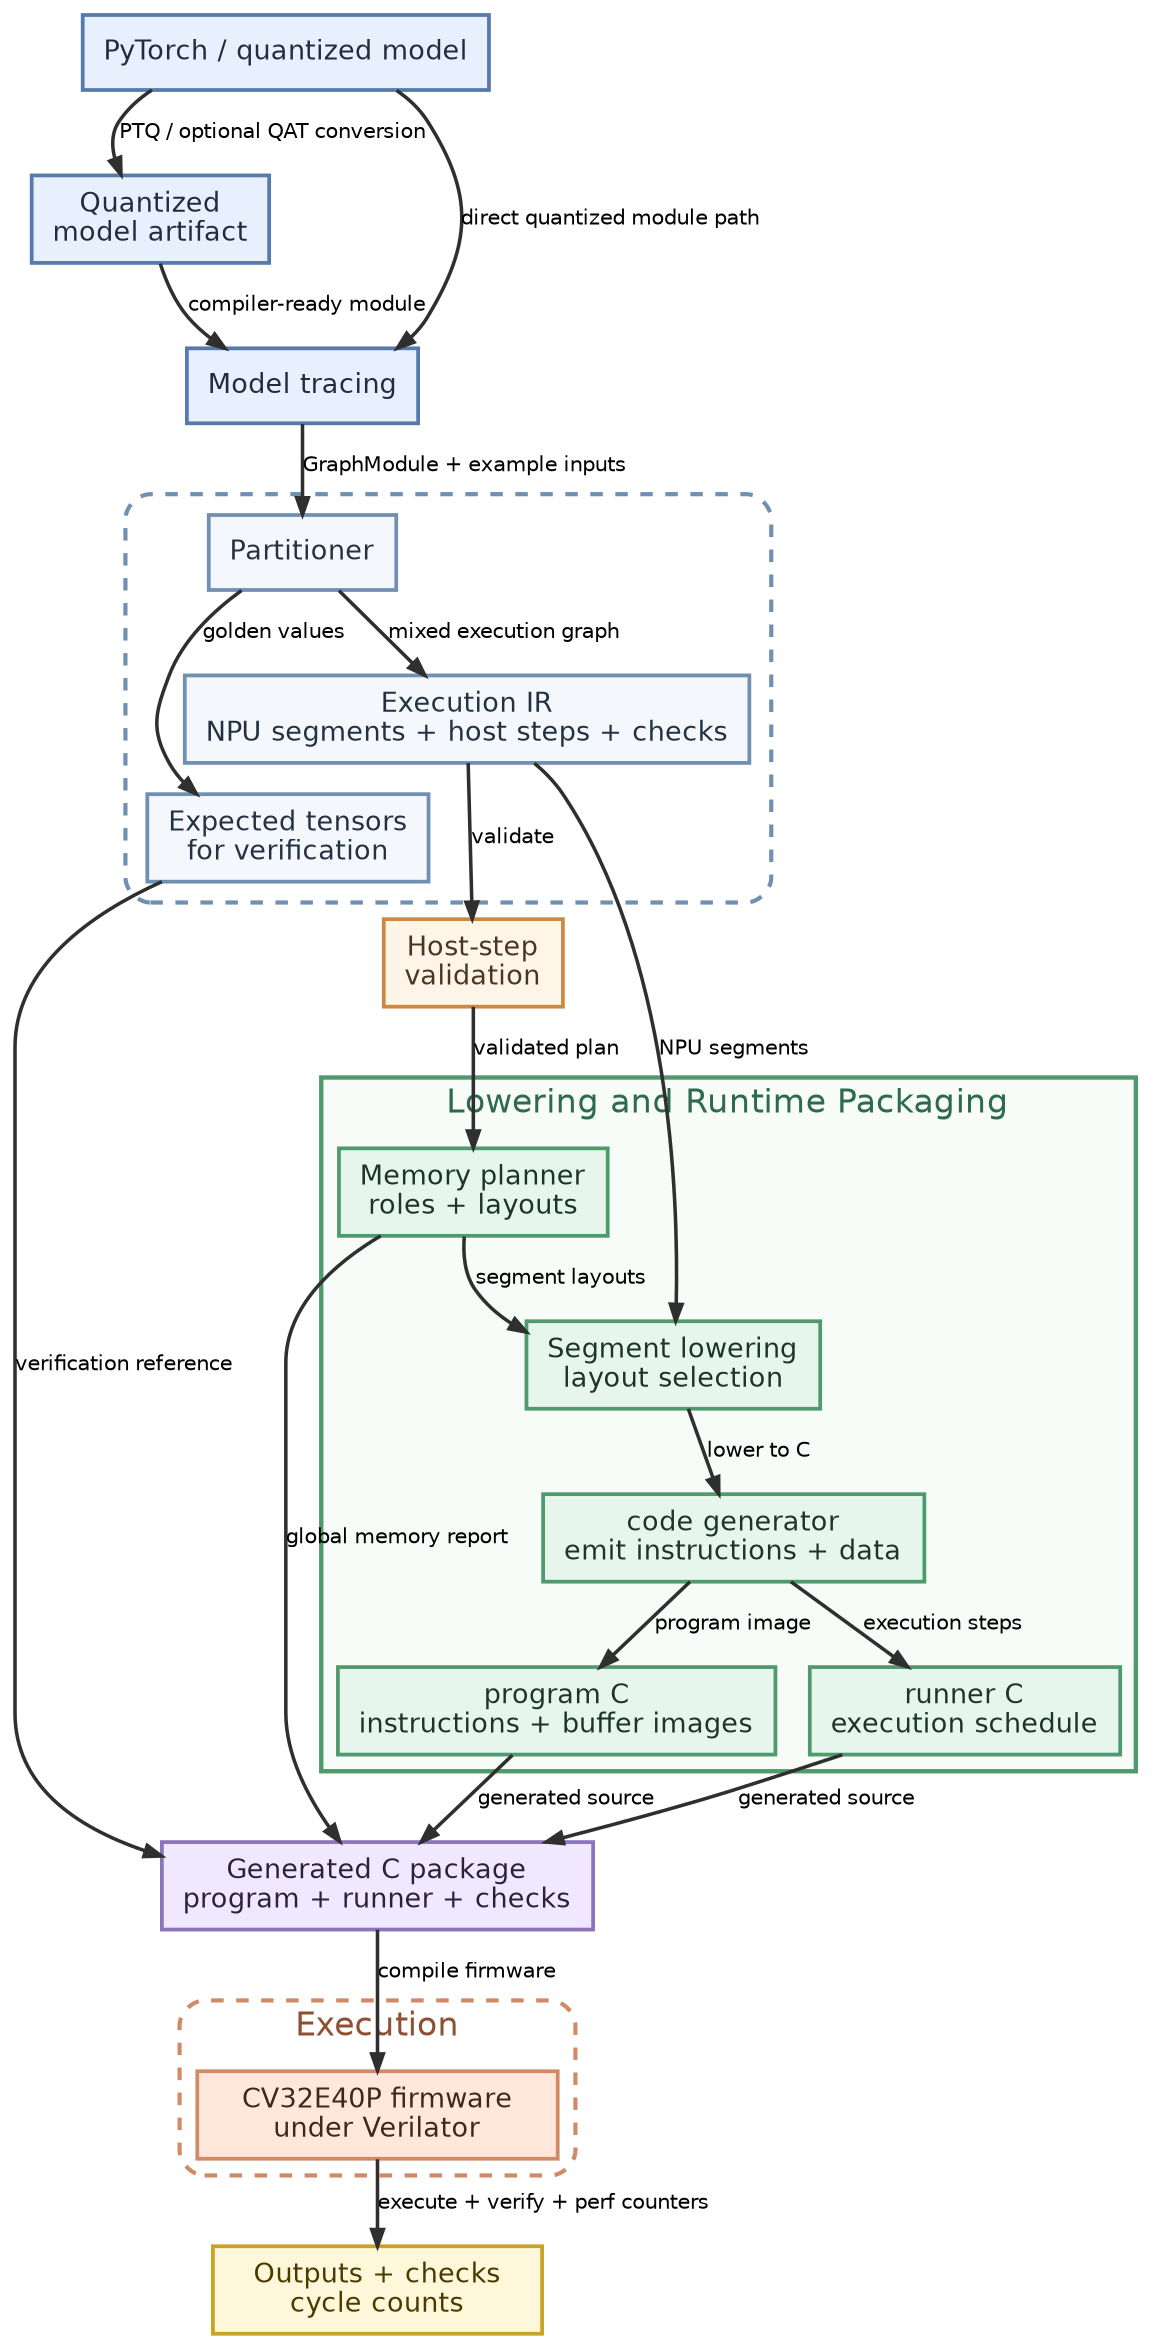
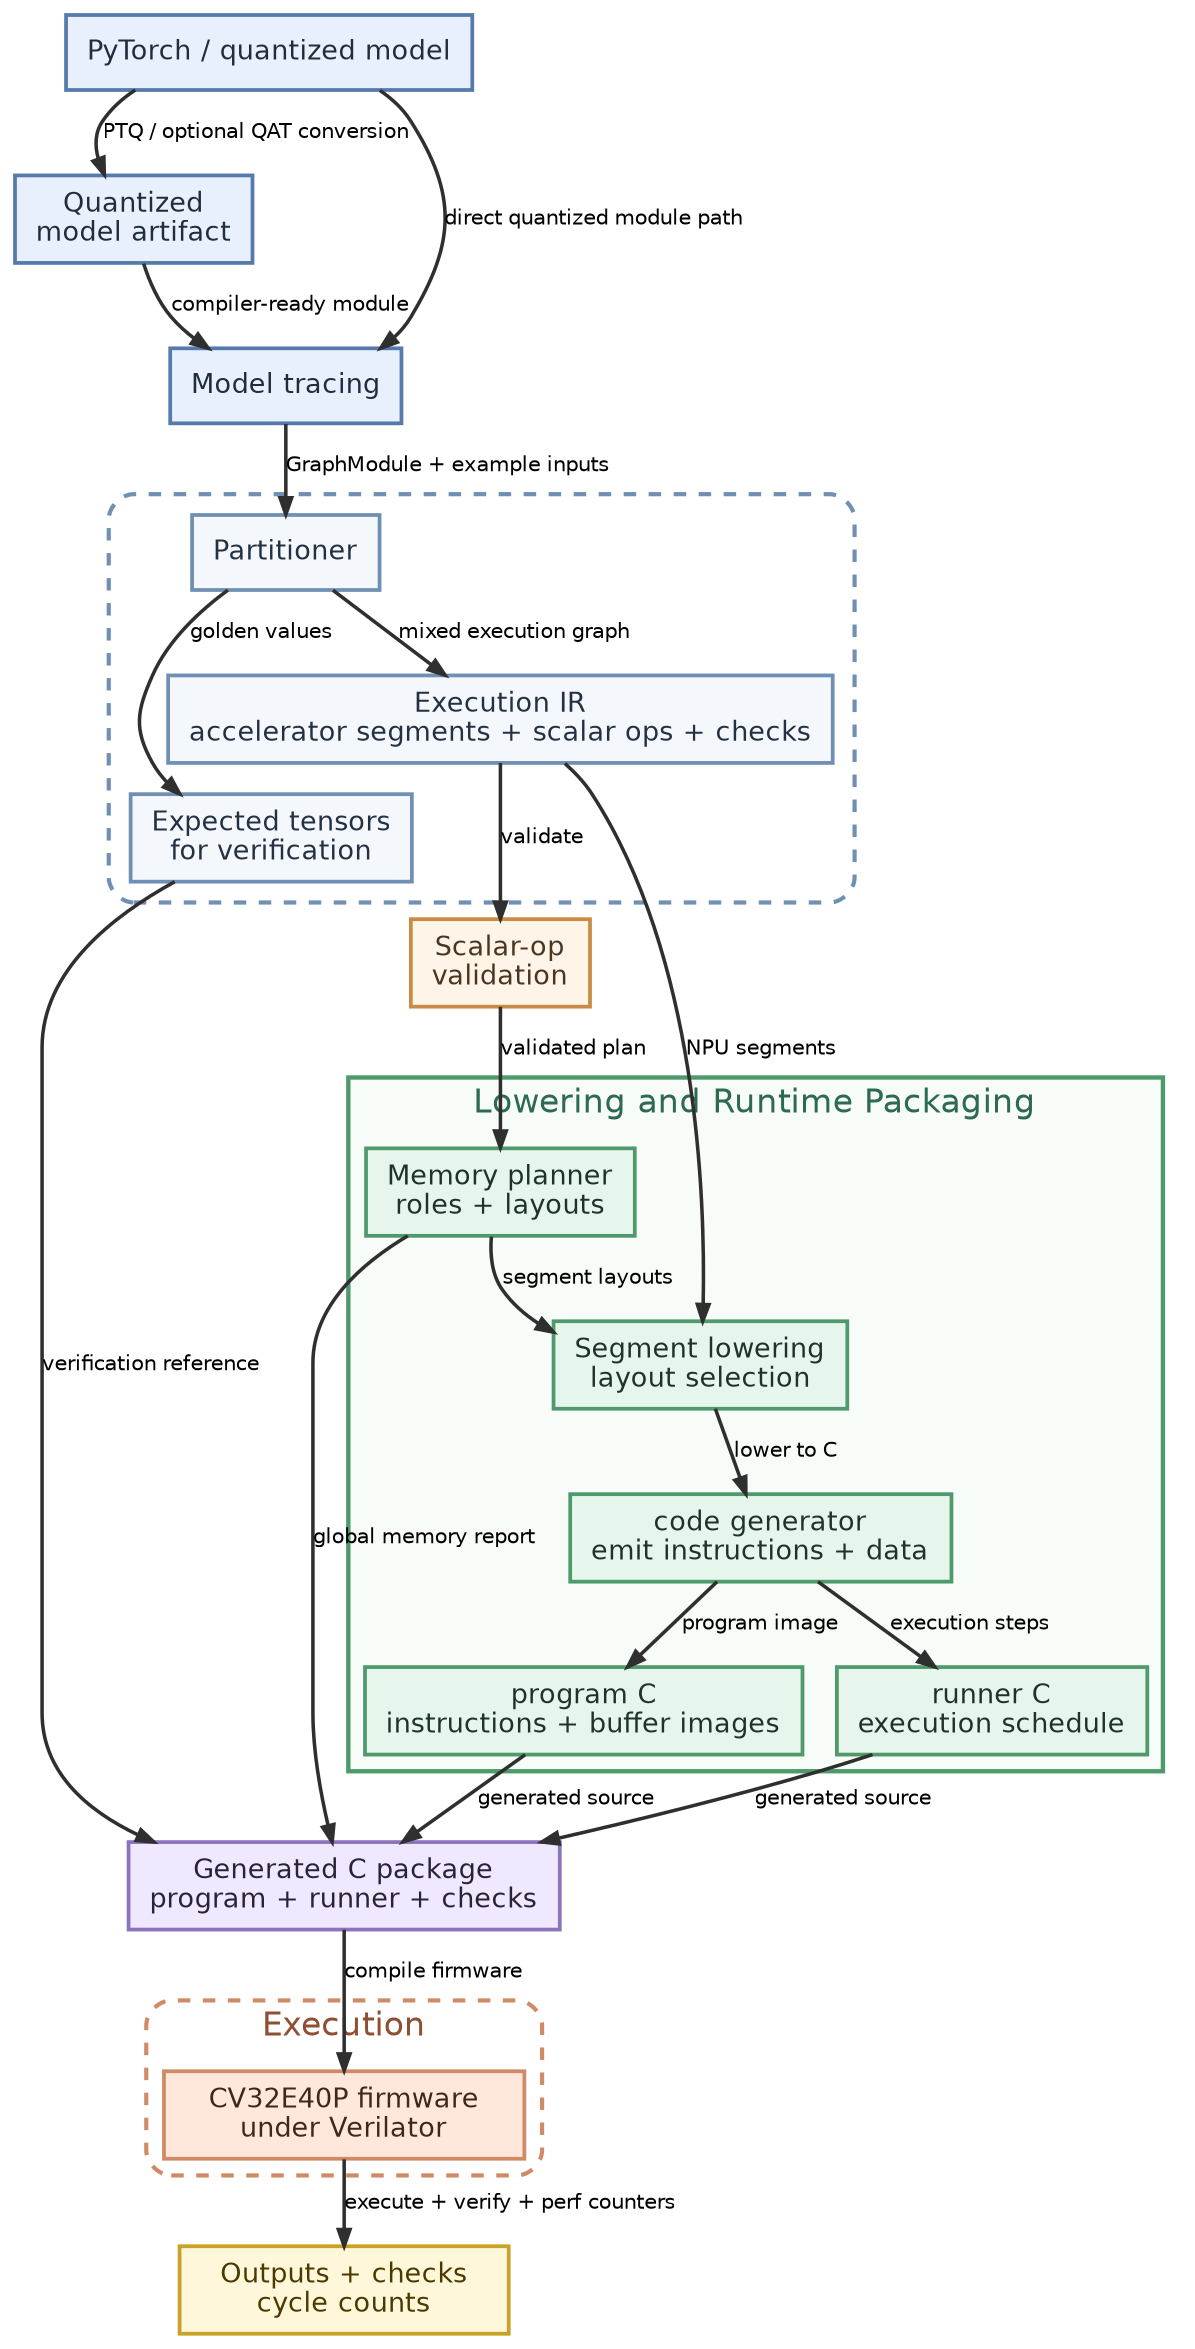
digraph TinyNPUCompilerStack {
    graph [
        rankdir=TB,
        newrank=true,
        splines=true,
        pad=0.1,
        nodesep=0.22,
        ranksep=0.4,
        bgcolor="white",
        fontname="Helvetica",
        fontsize=18
    ];

    node [
        shape=box,
        style="filled",
        fontname="Helvetica",
        fontsize=13,
        penwidth=1.8,
        margin="0.14,0.10"
    ];

    edge [
        fontname="Helvetica",
        fontsize=10,
        color="#2f2f2f",
        penwidth=1.7,
        arrowsize=0.8
    ];

    Model [label="PyTorch / quantized model", fillcolor="#E8F0FE", color="#557AAB", fontcolor="#1f2d3d"];
    Quant [label="Quantized\nmodel artifact", fillcolor="#E8F0FE", color="#557AAB", fontcolor="#1f2d3d"];
    FX [label="Model tracing", fillcolor="#E8F0FE", color="#557AAB", fontcolor="#1f2d3d"];

    subgraph cluster_partition {
        label="";
        color="#6F8FB3";
        penwidth=2.0;
        style="rounded,dashed";
        fillcolor="white";
        fontcolor="#355C7D";
        fontsize=16;
        margin="10,12";

        Partition [label="Partitioner", fillcolor="#F4F7FB", color="#6F8FB3", fontcolor="#233142"];
-         Plan [label="Execution IR\nNPU segments + host steps + checks", fillcolor="#F4F7FB", color="#6F8FB3", fontcolor="#233142", width=2.9];
+         Plan [label="Execution IR\naccelerator segments + scalar ops + checks", fillcolor="#F4F7FB", color="#6F8FB3", fontcolor="#233142", width=2.9];
        Expected [label="Expected tensors\nfor verification", fillcolor="#F4F7FB", color="#6F8FB3", fontcolor="#233142"];
    }

-     Validate [label="Host-step\nvalidation", fillcolor="#FFF4E8", color="#C98A43", fontcolor="#4A3520"];
+     Validate [label="Scalar-op\nvalidation", fillcolor="#FFF4E8", color="#C98A43", fontcolor="#4A3520"];

    subgraph cluster_lowering {
        label="Lowering and Runtime Packaging";
        color="#4F9A6C";
        penwidth=2.1;
        style="filled";
        fillcolor="#F7FCF8";
        fontcolor="#2D6A4F";
        fontsize=16;

        Planner [label="Memory planner\nroles + layouts", fillcolor="#E7F6EC", color="#4F9A6C", fontcolor="#1f3328"];
        Compiler [label="Segment lowering\nlayout selection", fillcolor="#E7F6EC", color="#4F9A6C", fontcolor="#1f3328"];
        Program [label="code generator\nemit instructions + data", fillcolor="#E7F6EC", color="#4F9A6C", fontcolor="#1f3328", width=2.4];
        Segment [label="program C\ninstructions + buffer images", fillcolor="#E7F6EC", color="#4F9A6C", fontcolor="#1f3328", width=2.5];
        Runner [label="runner C\nexecution schedule", fillcolor="#E7F6EC", color="#4F9A6C", fontcolor="#1f3328"];
    }

    Artifact [label="Generated C package\nprogram + runner + checks", fillcolor="#EFE8FF", color="#8B74BD", fontcolor="#2C2236", width=2.6];

    subgraph cluster_runtime {
        label="Execution";
        color="#D18A66";
        penwidth=2.0;
        style="rounded,dashed";
        fillcolor="white";
        fontcolor="#8F4F32";
        fontsize=16;

        SimExec [label="CV32E40P firmware\nunder Verilator", fillcolor="#FFE8DB", color="#D18A66", fontcolor="#40261d", width=2.4];
    }

    Result [label="Outputs + checks\ncycle counts", fillcolor="#FFF7D9", color="#C9A227", fontcolor="#4A3A00", width=2.2];

    Model -> Quant [label="PTQ / optional QAT conversion"];
    Quant -> FX [label="compiler-ready module"];
    Model -> FX [label="direct quantized module path"];

    FX -> Partition [label="GraphModule + example inputs"];
    Partition -> Plan [label="mixed execution graph"];
    Partition -> Expected [label="golden values"];

    Plan -> Validate [label="validate"];
    Validate -> Planner [label="validated plan"];
    Planner -> Compiler [label="segment layouts"];
    Plan -> Compiler [label="NPU segments"];
    Compiler -> Program [label="lower to C"];
    Program -> Segment [label="program image"];
    Program -> Runner [label="execution steps"];
    Segment -> Artifact [label="generated source"];
    Runner -> Artifact [label="generated source"];
    Expected -> Artifact [label="verification reference"];
    Planner -> Artifact [label="global memory report"];

    Artifact -> SimExec [label="compile firmware"];
    SimExec -> Result [label="execute + verify + perf counters"];
}
